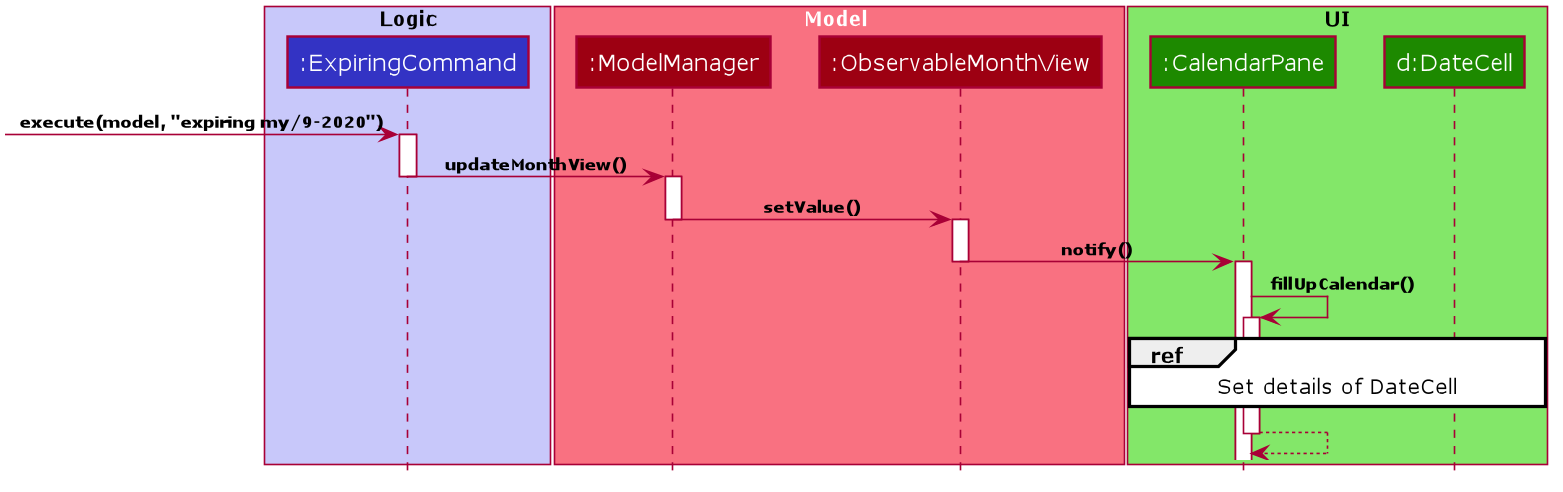
nus-cs2103-AY1920S2/addressbook-level3 keeps this PlantUML diagram as docs/images/CalendarExpiringCommandSeqDiagram.png. Above is the earlier version.
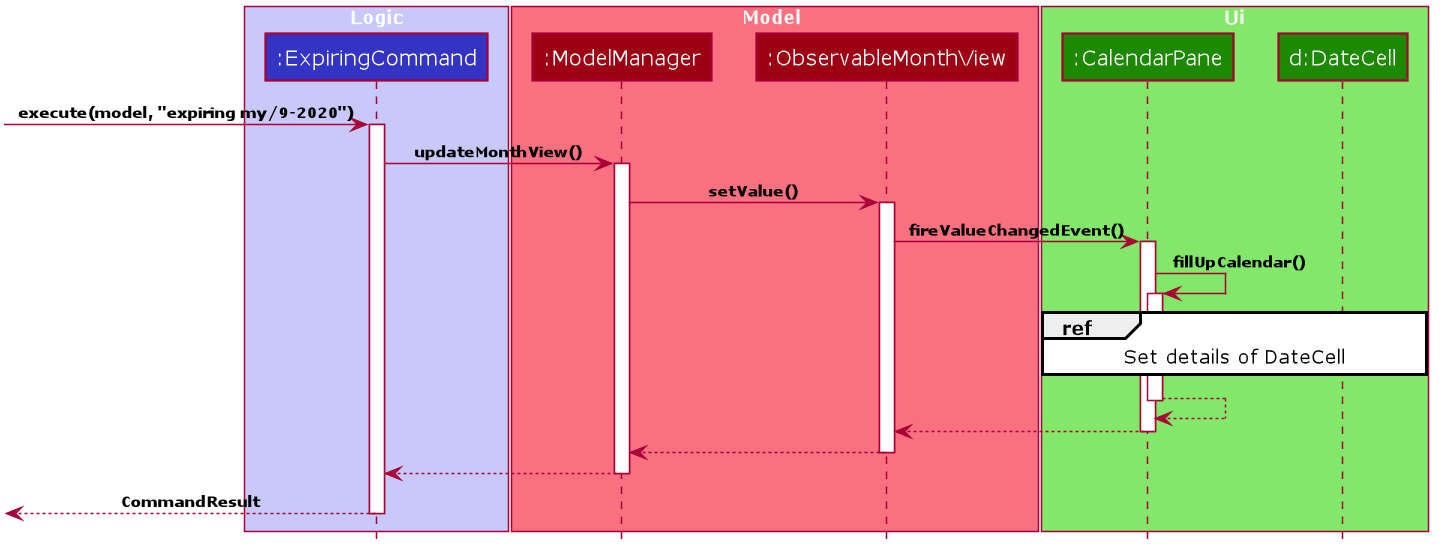
After the commit.

What changed in the source:
```diff
@@ -63,7 +63,7 @@
 hide circle
 
 
-box "<color:black>Logic</color>" #C8C8FA
+box "Logic" #C8C8FA
 participant ":ExpiringCommand" as ExpiringCommand #3333C4
 end box
 
@@ -72,7 +72,7 @@
 participant ":ObservableMonthView" as ObservableMonthView #9D0012
 end box
 
-box "<color:black>UI</color>" #83E769
+box "Ui" #83E769
 participant ":CalendarPane" as CalendarPane #1D8900
 participant "d:DateCell" as DateCell #1D8900
 end box
@@ -80,15 +80,12 @@
 [-> ExpiringCommand: execute(model, "expiring my/9-2020")
 activate ExpiringCommand
 ExpiringCommand -> ModelManager :updateMonthView()
-deactivate ExpiringCommand
 
 activate ModelManager
 ModelManager -> ObservableMonthView : setValue()
-deactivate ModelManager
 
 activate ObservableMonthView
-ObservableMonthView -> CalendarPane: notify()
-deactivate ObservableMonthView
+ObservableMonthView -> CalendarPane: fireValueChangedEvent()
 
 activate CalendarPane
 CalendarPane -> CalendarPane: fillUpCalendar()
@@ -96,8 +93,19 @@
 
 ref over CalendarPane, DateCell : Set details of DateCell
 CalendarPane --> CalendarPane
+deactivate CalendarPane
 
+CalendarPane --> ObservableMonthView
 deactivate CalendarPane
+
+ObservableMonthView --> ModelManager
+deactivate ObservableMonthView
+
+ModelManager --> ExpiringCommand
+deactivate ModelManager
+
+ExpiringCommand -->[ : CommandResult
+deactivate ExpiringCommand
 
 
 @enduml
```
